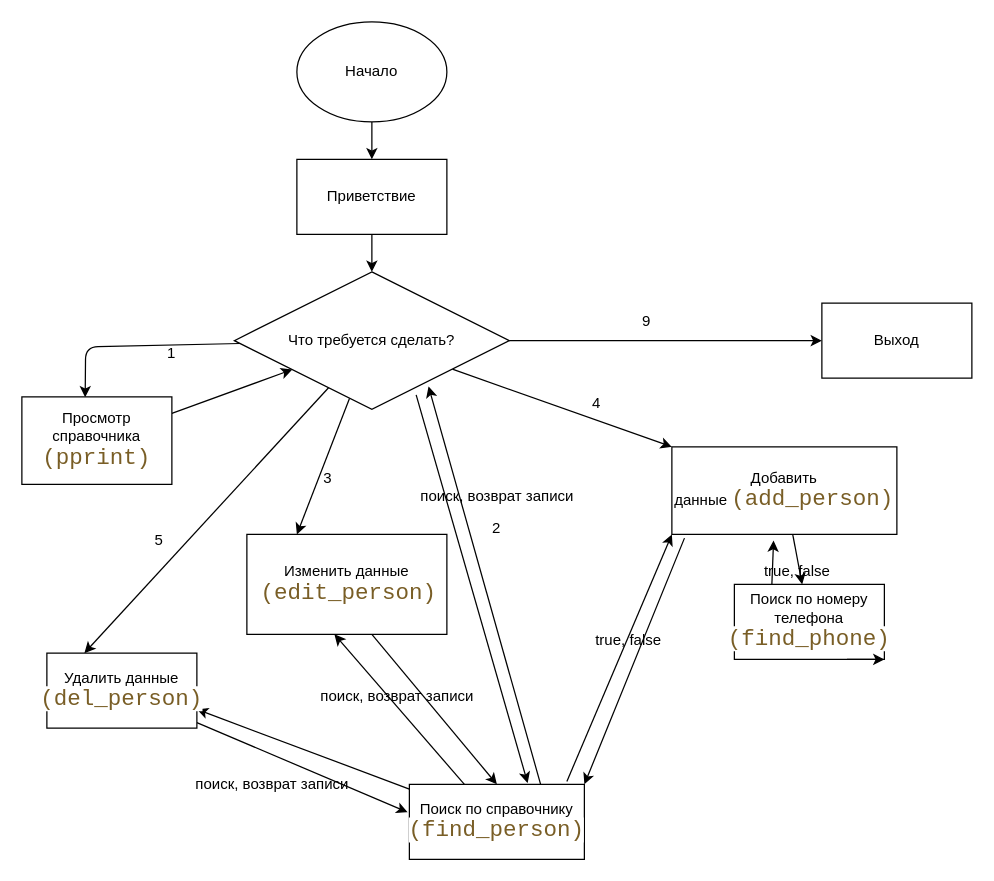
Before: phonebook.drawio in TatiRidster/phonebook, a draw.io diagram. Source tidied: cells renumbered, new cells numbered last; positions are measured from the earlier drawing's top-left corner, leaving out a move shared by most shapes. Both pictures are drawn from the tidied source at 125%, with x=0, y=0 at pixel (21, 21).
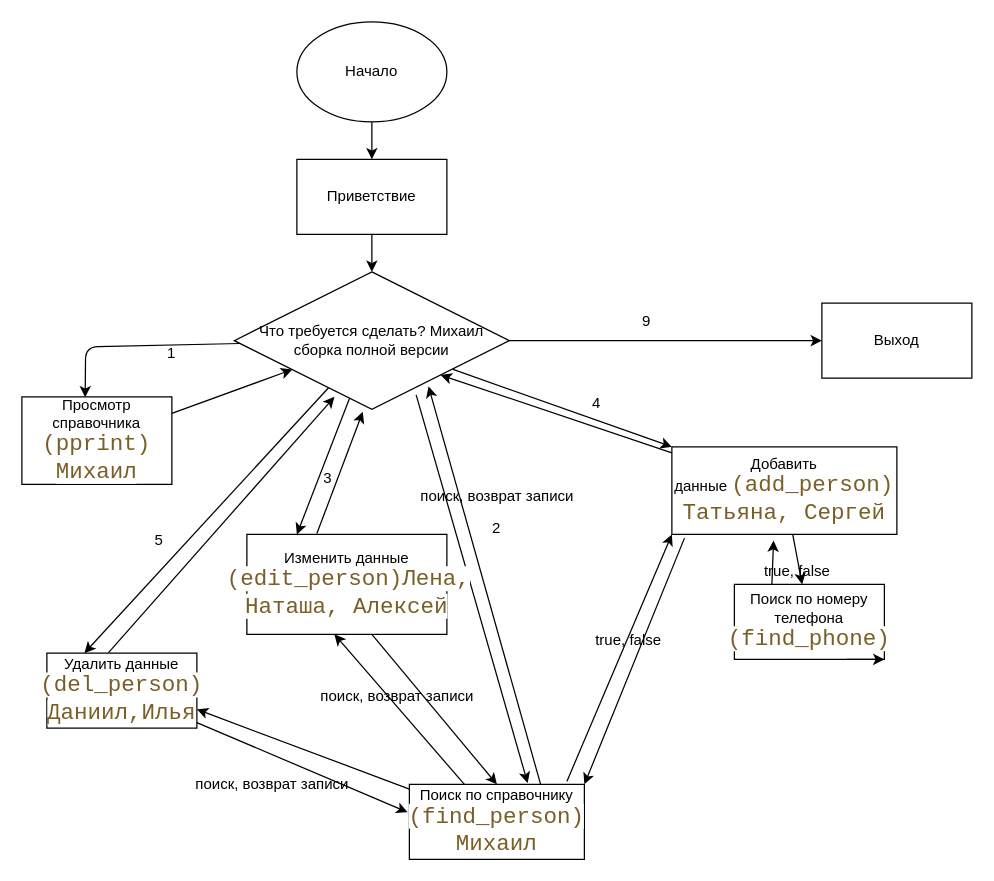
After the change.

Commit message:
распределение по именам добавлено в блок схему

The edit, as a diff of the source:
```diff
@@
-    <mxCell id="12" value="Что требуется сделать?" style="rhombus;whiteSpace=wrap;html=1;" parent="1" vertex="1">
+    <mxCell id="12" value="Что требуется сделать? Михаил сборка полной версии" style="rhombus;whiteSpace=wrap;html=1;" parent="1" vertex="1">
       <mxGeometry x="170" y="200" width="220" height="110" as="geometry" />
     </mxCell>
@@
-    <mxCell id="14" value="Просмотр справочника &lt;span style=&quot;color: rgb(121 , 94 , 38) ; background-color: rgb(255 , 255 , 255) ; font-family: &amp;#34;consolas&amp;#34; , &amp;#34;courier new&amp;#34; , monospace ; font-size: 18px&quot;&gt;(pprint)&lt;/span&gt;&lt;br&gt;" style="rounded=0;whiteSpace=wrap;html=1;" parent="1" vertex="1">
+    <mxCell id="14" value="Просмотр справочника &lt;span style=&quot;color: rgb(121 , 94 , 38) ; background-color: rgb(255 , 255 , 255) ; font-family: &amp;#34;consolas&amp;#34; , &amp;#34;courier new&amp;#34; , monospace ; font-size: 18px&quot;&gt;(pprint) Михаил&lt;/span&gt;" style="rounded=0;whiteSpace=wrap;html=1;" parent="1" vertex="1">
       <mxGeometry y="300" width="120" height="70" as="geometry" />
     </mxCell>
@@
-    <mxCell id="20" value="Поиск по справочнику &lt;span style=&quot;color: rgb(121 , 94 , 38) ; background-color: rgb(255 , 255 , 255) ; font-family: &amp;#34;consolas&amp;#34; , &amp;#34;courier new&amp;#34; , monospace ; font-size: 18px&quot;&gt;(&lt;/span&gt;&lt;span style=&quot;color: rgb(121 , 94 , 38) ; background-color: rgb(255 , 255 , 255) ; font-family: &amp;#34;consolas&amp;#34; , &amp;#34;courier new&amp;#34; , monospace ; font-size: 18px&quot;&gt;find_person)&lt;/span&gt;&lt;br&gt;" style="rounded=0;whiteSpace=wrap;html=1;" parent="1" vertex="1">
+    <mxCell id="20" value="Поиск по справочнику &lt;span style=&quot;color: rgb(121 , 94 , 38) ; background-color: rgb(255 , 255 , 255) ; font-family: &amp;#34;consolas&amp;#34; , &amp;#34;courier new&amp;#34; , monospace ; font-size: 18px&quot;&gt;(&lt;/span&gt;&lt;span style=&quot;color: rgb(121 , 94 , 38) ; background-color: rgb(255 , 255 , 255) ; font-family: &amp;#34;consolas&amp;#34; , &amp;#34;courier new&amp;#34; , monospace ; font-size: 18px&quot;&gt;find_person) Михаил&lt;/span&gt;" style="rounded=0;whiteSpace=wrap;html=1;" parent="1" vertex="1">
       <mxGeometry x="310" y="610" width="140" height="60" as="geometry" />
     </mxCell>
@@
+    <mxCell id="42" style="edgeStyle=none;html=1;exitX=0.35;exitY=-0.008;exitDx=0;exitDy=0;exitPerimeter=0;entryX=0.467;entryY=1.018;entryDx=0;entryDy=0;entryPerimeter=0;" parent="1" edge="1" source="23" target="12">
+      <mxGeometry relative="1" as="geometry" />
+    </mxCell>
-    <mxCell id="23" value="Изменить данные&lt;br&gt;&amp;nbsp;&lt;span style=&quot;color: rgb(121 , 94 , 38) ; background-color: rgb(255 , 255 , 255) ; font-family: &amp;#34;consolas&amp;#34; , &amp;#34;courier new&amp;#34; , monospace ; font-size: 18px&quot;&gt;(&lt;/span&gt;&lt;span style=&quot;color: rgb(121 , 94 , 38) ; background-color: rgb(255 , 255 , 255) ; font-family: &amp;#34;consolas&amp;#34; , &amp;#34;courier new&amp;#34; , monospace ; font-size: 18px&quot;&gt;edit_person)&lt;/span&gt;" style="rounded=0;whiteSpace=wrap;html=1;" parent="1" vertex="1">
+    <mxCell id="23" value="Изменить данные&lt;br&gt;&amp;nbsp;&lt;span style=&quot;color: rgb(121 , 94 , 38) ; background-color: rgb(255 , 255 , 255) ; font-family: &amp;#34;consolas&amp;#34; , &amp;#34;courier new&amp;#34; , monospace ; font-size: 18px&quot;&gt;(&lt;/span&gt;&lt;span style=&quot;color: rgb(121 , 94 , 38) ; background-color: rgb(255 , 255 , 255) ; font-family: &amp;#34;consolas&amp;#34; , &amp;#34;courier new&amp;#34; , monospace ; font-size: 18px&quot;&gt;edit_person)Лена, Наташа, Алексей&lt;/span&gt;" style="rounded=0;whiteSpace=wrap;html=1;" parent="1" vertex="1">
       <mxGeometry x="180" y="410" width="160" height="80" as="geometry" />
     </mxCell>
@@
+    <mxCell id="43" style="edgeStyle=none;html=1;entryX=1;entryY=1;entryDx=0;entryDy=0;" parent="1" edge="1" source="27" target="12">
+      <mxGeometry relative="1" as="geometry" />
+    </mxCell>
-    <mxCell id="27" value="Добавить данные&amp;nbsp;&lt;span style=&quot;color: rgb(121 , 94 , 38) ; background-color: rgb(255 , 255 , 255) ; font-family: &amp;#34;consolas&amp;#34; , &amp;#34;courier new&amp;#34; , monospace ; font-size: 18px&quot;&gt;(&lt;/span&gt;&lt;span style=&quot;color: rgb(121 , 94 , 38) ; background-color: rgb(255 , 255 , 255) ; font-family: &amp;#34;consolas&amp;#34; , &amp;#34;courier new&amp;#34; , monospace ; font-size: 18px&quot;&gt;add_person)&lt;/span&gt;" style="rounded=0;whiteSpace=wrap;html=1;" parent="1" vertex="1">
+    <mxCell id="27" value="Добавить данные&amp;nbsp;&lt;span style=&quot;color: rgb(121 , 94 , 38) ; background-color: rgb(255 , 255 , 255) ; font-family: &amp;#34;consolas&amp;#34; , &amp;#34;courier new&amp;#34; , monospace ; font-size: 18px&quot;&gt;(&lt;/span&gt;&lt;span style=&quot;color: rgb(121 , 94 , 38) ; background-color: rgb(255 , 255 , 255) ; font-family: &amp;#34;consolas&amp;#34; , &amp;#34;courier new&amp;#34; , monospace ; font-size: 18px&quot;&gt;add_person) Татьяна, Сергей&lt;/span&gt;" style="rounded=0;whiteSpace=wrap;html=1;" parent="1" vertex="1">
       <mxGeometry x="520" y="340" width="180" height="70" as="geometry" />
     </mxCell>
@@
+    <mxCell id="44" style="edgeStyle=none;html=1;exitX=0.411;exitY=-0.006;exitDx=0;exitDy=0;exitPerimeter=0;entryX=0.364;entryY=0.909;entryDx=0;entryDy=0;entryPerimeter=0;" parent="1" edge="1" source="30" target="12">
+      <mxGeometry relative="1" as="geometry" />
+    </mxCell>
-    <mxCell id="30" value="Удалить данные &lt;span style=&quot;color: rgb(121 , 94 , 38) ; background-color: rgb(255 , 255 , 255) ; font-family: &amp;#34;consolas&amp;#34; , &amp;#34;courier new&amp;#34; , monospace ; font-size: 18px&quot;&gt;(del_person)&lt;/span&gt;&lt;br&gt;" style="rounded=0;whiteSpace=wrap;html=1;" parent="1" vertex="1">
+    <mxCell id="30" value="Удалить данные &lt;span style=&quot;color: rgb(121 , 94 , 38) ; background-color: rgb(255 , 255 , 255) ; font-family: &amp;#34;consolas&amp;#34; , &amp;#34;courier new&amp;#34; , monospace ; font-size: 18px&quot;&gt;(del_person) Даниил,Илья&lt;/span&gt;" style="rounded=0;whiteSpace=wrap;html=1;" parent="1" vertex="1">
       <mxGeometry x="20" y="505" width="120" height="60" as="geometry" />
     </mxCell>
```
